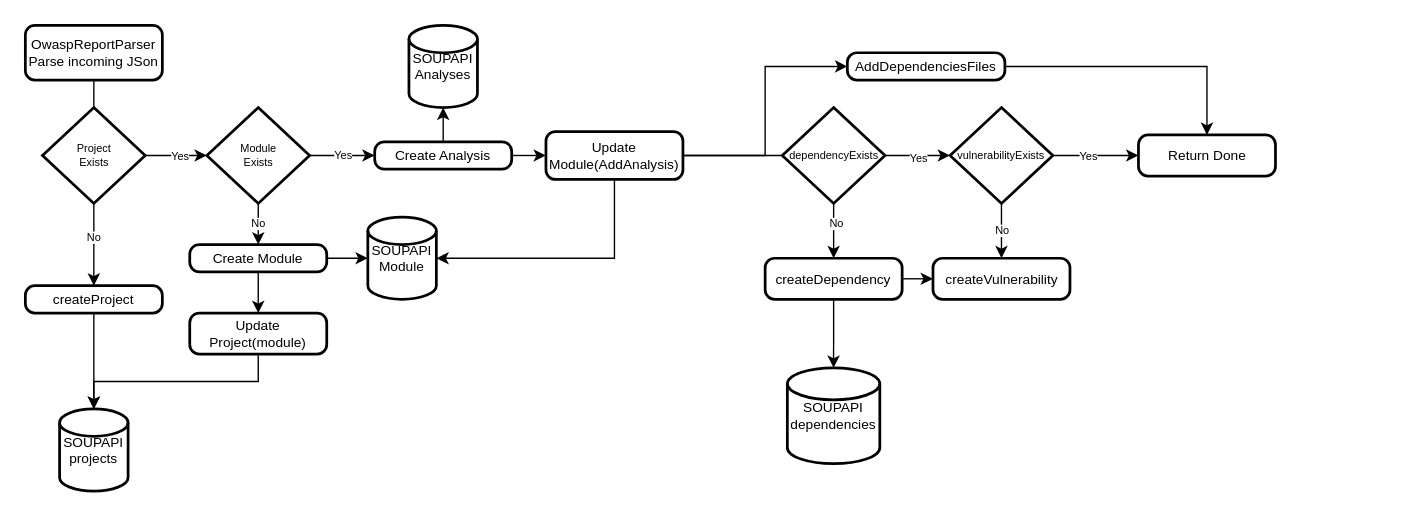
This is page "ReportParseFlow" (7 of 8) of gfx/SOUPAPI.drawio from codefink2020/AfstudeerVerslagFINAL, a draw.io file, before an edit. Source tidied: cells renumbered, new cells numbered last; positions are measured from the earlier drawing's top-left corner, leaving out a move shared by most shapes. Both pictures are drawn from the tidied source at 137%, with x=0, y=0 at pixel (25, 25).
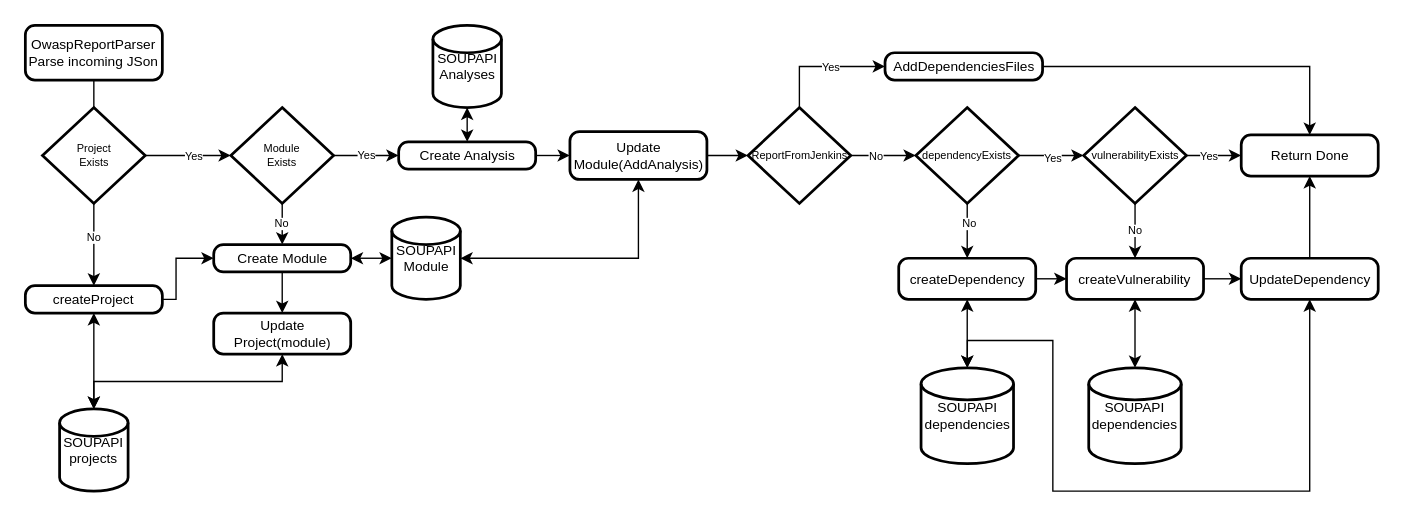
Above is the later version.

Unchanged cells that the change refers to:
```xml
<mxCell id="19" value="&lt;font style=&quot;font-size: 10px&quot;&gt;createProject&lt;br&gt;&lt;/font&gt;" style="rounded=1;whiteSpace=wrap;html=1;absoluteArcSize=1;arcSize=14;strokeWidth=2;labelBackgroundColor=none;fontFamily=Helvetica;fontSize=8;fontColor=#000000;" parent="1" vertex="1">
  <mxGeometry y="190" width="100" height="20" as="geometry" />
</mxCell>
<mxCell id="20" value="SOUPAPI&lt;br&gt;projects" style="strokeWidth=2;html=1;shape=mxgraph.flowchart.database;whiteSpace=wrap;labelBackgroundColor=none;fontFamily=Helvetica;fontSize=10;fontColor=#000000;" parent="1" vertex="1">
  <mxGeometry x="25" y="280" width="50" height="60" as="geometry" />
</mxCell>
```

Diff of the diagram source:
```diff
@@
-    <mxCell id="7" style="edgeStyle=orthogonalEdgeStyle;rounded=0;jettySize=auto;html=1;exitX=0.5;exitY=0;exitDx=0;exitDy=0;entryX=0.5;entryY=1;entryDx=0;entryDy=0;entryPerimeter=0;fontSize=8;" parent="1" edge="1" source="9" target="31">
+    <mxCell id="7" style="edgeStyle=orthogonalEdgeStyle;rounded=0;jettySize=auto;html=1;exitX=0.5;exitY=0;exitDx=0;exitDy=0;entryX=0.5;entryY=1;entryDx=0;entryDy=0;entryPerimeter=0;fontSize=8;startArrow=classic;startFill=1;" parent="1" edge="1" source="9" target="31">
       <mxGeometry relative="1" as="geometry" />
     </mxCell>
@@
     <mxCell id="9" value="&lt;font style=&quot;font-size: 10px&quot;&gt;Create Analysis&lt;br&gt;&lt;/font&gt;" style="rounded=1;whiteSpace=wrap;html=1;absoluteArcSize=1;arcSize=14;strokeWidth=2;labelBackgroundColor=none;fontFamily=Helvetica;fontSize=8;fontColor=#000000;" parent="1" vertex="1">
-      <mxGeometry x="255" y="85" width="100" height="20" as="geometry" />
+      <mxGeometry x="272.5" y="85" width="100" height="20" as="geometry" />
     </mxCell>
@@
-    <mxCell id="11" style="edgeStyle=orthogonalEdgeStyle;rounded=0;jettySize=auto;html=1;exitX=0.5;exitY=1;exitDx=0;exitDy=0;entryX=0.5;entryY=0;entryDx=0;entryDy=0;entryPerimeter=0;fontSize=8;startArrow=none;startFill=0;endArrow=classic;endFill=1;" parent="1" edge="1" source="12" target="41">
+    <mxCell id="11" style="edgeStyle=orthogonalEdgeStyle;rounded=0;jettySize=auto;html=1;exitX=0.5;exitY=1;exitDx=0;exitDy=0;entryX=0.5;entryY=0;entryDx=0;entryDy=0;entryPerimeter=0;fontSize=8;startArrow=classic;startFill=1;endArrow=classic;endFill=1;" parent="1" edge="1" source="12" target="41">
       <mxGeometry relative="1" as="geometry" />
     </mxCell>
     <mxCell id="12" value="&lt;font style=&quot;font-size: 10px&quot;&gt;createDependency&lt;br&gt;&lt;/font&gt;" style="rounded=1;whiteSpace=wrap;html=1;absoluteArcSize=1;arcSize=14;strokeWidth=2;labelBackgroundColor=none;fontFamily=Helvetica;fontSize=8;fontColor=#000000;" parent="1" vertex="1">
-      <mxGeometry x="540" y="170" width="100" height="30" as="geometry" />
+      <mxGeometry x="637.5" y="170" width="100" height="30" as="geometry" />
     </mxCell>
@@
-    <mxCell id="18" style="edgeStyle=orthogonalEdgeStyle;rounded=0;jettySize=auto;html=1;exitX=0.5;exitY=1;exitDx=0;exitDy=0;entryX=0.5;entryY=0;entryDx=0;entryDy=0;entryPerimeter=0;fontSize=8;" parent="1" edge="1" source="19" target="20">
+    <mxCell id="18" style="edgeStyle=orthogonalEdgeStyle;rounded=0;jettySize=auto;html=1;exitX=0.5;exitY=1;exitDx=0;exitDy=0;entryX=0.5;entryY=0;entryDx=0;entryDy=0;entryPerimeter=0;fontSize=8;startArrow=classic;startFill=1;" parent="1" edge="1" source="19" target="20">
       <mxGeometry relative="1" as="geometry" />
     </mxCell>
+    <mxCell id="50" style="edgeStyle=orthogonalEdgeStyle;rounded=0;jettySize=auto;html=1;exitX=1;exitY=0.5;exitDx=0;exitDy=0;entryX=0;entryY=0.5;entryDx=0;entryDy=0;fontSize=8;startArrow=none;startFill=0;endArrow=classic;endFill=1;" parent="1" edge="1" source="19" target="27">
+      <mxGeometry relative="1" as="geometry">
+        <Array as="points">
+          <mxPoint x="110" y="200" />
+          <mxPoint x="110" y="170" />
+        </Array>
+      </mxGeometry>
+    </mxCell>
@@
-    <mxCell id="21" style="edgeStyle=orthogonalEdgeStyle;rounded=0;jettySize=auto;html=1;exitX=0.5;exitY=1;exitDx=0;exitDy=0;exitPerimeter=0;entryX=0.5;entryY=0;entryDx=0;entryDy=0;fontSize=8;" parent="1" edge="1" source="24" target="27">
+    <mxCell id="21" style="edgeStyle=orthogonalEdgeStyle;rounded=0;jettySize=auto;html=1;exitX=0.5;exitY=1;exitDx=0;exitDy=0;exitPerimeter=0;fontSize=8;entryX=0.5;entryY=0;entryDx=0;entryDy=0;" parent="1" edge="1" source="24" target="27">
       <mxGeometry relative="1" as="geometry" />
     </mxCell>
@@
     <mxCell id="24" value="Module&lt;br&gt;Exists" style="strokeWidth=2;html=1;shape=mxgraph.flowchart.decision;whiteSpace=wrap;fontSize=8;" parent="1" vertex="1">
-      <mxGeometry x="132.5" y="60" width="75" height="70" as="geometry" />
+      <mxGeometry x="150" y="60" width="75" height="70" as="geometry" />
     </mxCell>
-    <mxCell id="25" style="edgeStyle=orthogonalEdgeStyle;rounded=0;jettySize=auto;html=1;exitX=0.5;exitY=1;exitDx=0;exitDy=0;entryX=0.5;entryY=0;entryDx=0;entryDy=0;fontSize=8;" parent="1" edge="1" source="27" target="29">
+    <mxCell id="25" style="edgeStyle=orthogonalEdgeStyle;rounded=0;jettySize=auto;html=1;fontSize=8;exitX=0.5;exitY=1;exitDx=0;exitDy=0;entryX=0.5;entryY=0;entryDx=0;entryDy=0;" parent="1" edge="1" source="27" target="29">
       <mxGeometry relative="1" as="geometry" />
     </mxCell>
-    <mxCell id="26" style="edgeStyle=orthogonalEdgeStyle;rounded=0;jettySize=auto;html=1;exitX=1;exitY=0.5;exitDx=0;exitDy=0;entryX=0;entryY=0.5;entryDx=0;entryDy=0;entryPerimeter=0;fontSize=8;" parent="1" edge="1" source="27" target="30">
+    <mxCell id="26" style="edgeStyle=orthogonalEdgeStyle;rounded=0;jettySize=auto;html=1;entryX=0;entryY=0.5;entryDx=0;entryDy=0;entryPerimeter=0;fontSize=8;exitX=1;exitY=0.5;exitDx=0;exitDy=0;startArrow=classic;startFill=1;" parent="1" edge="1" source="27" target="30">
       <mxGeometry relative="1" as="geometry" />
     </mxCell>
     <mxCell id="27" value="&lt;font style=&quot;font-size: 10px&quot;&gt;Create Module&lt;br&gt;&lt;/font&gt;" style="rounded=1;whiteSpace=wrap;html=1;absoluteArcSize=1;arcSize=14;strokeWidth=2;labelBackgroundColor=none;fontFamily=Helvetica;fontSize=8;fontColor=#000000;" parent="1" vertex="1">
-      <mxGeometry x="120" y="160" width="100" height="20" as="geometry" />
+      <mxGeometry x="137.5" y="160" width="100" height="20" as="geometry" />
     </mxCell>
-    <mxCell id="28" style="edgeStyle=orthogonalEdgeStyle;rounded=0;jettySize=auto;html=1;exitX=0.5;exitY=1;exitDx=0;exitDy=0;entryX=0.5;entryY=0;entryDx=0;entryDy=0;entryPerimeter=0;fontSize=8;" parent="1" edge="1" source="29" target="20">
+    <mxCell id="28" style="edgeStyle=orthogonalEdgeStyle;rounded=0;jettySize=auto;html=1;exitX=0.5;exitY=1;exitDx=0;exitDy=0;entryX=0.5;entryY=0;entryDx=0;entryDy=0;entryPerimeter=0;fontSize=8;startArrow=classic;startFill=1;" parent="1" edge="1" source="29" target="20">
       <mxGeometry relative="1" as="geometry" />
     </mxCell>
     <mxCell id="29" value="&lt;font style=&quot;font-size: 10px&quot;&gt;Update Project(module)&lt;br&gt;&lt;/font&gt;" style="rounded=1;whiteSpace=wrap;html=1;absoluteArcSize=1;arcSize=14;strokeWidth=2;labelBackgroundColor=none;fontFamily=Helvetica;fontSize=8;fontColor=#000000;" parent="1" vertex="1">
-      <mxGeometry x="120" y="210" width="100" height="30" as="geometry" />
+      <mxGeometry x="137.5" y="210" width="100" height="30" as="geometry" />
     </mxCell>
     <mxCell id="30" value="SOUPAPI&lt;br&gt;Module" style="strokeWidth=2;html=1;shape=mxgraph.flowchart.database;whiteSpace=wrap;labelBackgroundColor=none;fontFamily=Helvetica;fontSize=10;fontColor=#000000;" parent="1" vertex="1">
-      <mxGeometry x="250" y="140" width="50" height="60" as="geometry" />
+      <mxGeometry x="267.5" y="140" width="50" height="60" as="geometry" />
     </mxCell>
     <mxCell id="31" value="SOUPAPI&lt;br&gt;Analyses" style="strokeWidth=2;html=1;shape=mxgraph.flowchart.database;whiteSpace=wrap;labelBackgroundColor=none;fontFamily=Helvetica;fontSize=10;fontColor=#000000;" parent="1" vertex="1">
-      <mxGeometry x="280" width="50" height="60" as="geometry" />
+      <mxGeometry x="297.5" width="50" height="60" as="geometry" />
     </mxCell>
-    <mxCell id="32" style="edgeStyle=orthogonalEdgeStyle;rounded=0;jettySize=auto;html=1;exitX=0.5;exitY=1;exitDx=0;exitDy=0;entryX=1;entryY=0.5;entryDx=0;entryDy=0;entryPerimeter=0;fontSize=8;" parent="1" edge="1" source="35" target="30">
+    <mxCell id="32" style="edgeStyle=orthogonalEdgeStyle;rounded=0;jettySize=auto;html=1;exitX=0.5;exitY=1;exitDx=0;exitDy=0;entryX=1;entryY=0.5;entryDx=0;entryDy=0;entryPerimeter=0;fontSize=8;startArrow=classic;startFill=1;" parent="1" edge="1" source="35" target="30">
       <mxGeometry relative="1" as="geometry">
         <Array as="points">
-          <mxPoint x="430" y="170" />
+          <mxPoint x="447.5" y="170" />
         </Array>
       </mxGeometry>
     </mxCell>
     <mxCell id="33" style="edgeStyle=orthogonalEdgeStyle;rounded=0;jettySize=auto;html=1;exitX=1;exitY=0.5;exitDx=0;exitDy=0;entryX=0.5;entryY=0;entryDx=0;entryDy=0;fontSize=8;startArrow=none;startFill=0;endArrow=classic;endFill=1;" parent="1" edge="1" source="48" target="47">
       <mxGeometry relative="1" as="geometry">
         <Array as="points">
-          <mxPoint x="863" y="30" />
+          <mxPoint x="937.5" y="30" />
         </Array>
       </mxGeometry>
     </mxCell>
-    <mxCell id="34" style="edgeStyle=orthogonalEdgeStyle;rounded=0;jettySize=auto;html=1;exitX=1;exitY=0.5;exitDx=0;exitDy=0;entryX=0;entryY=0.5;entryDx=0;entryDy=0;fontSize=8;startArrow=none;startFill=0;endArrow=classic;endFill=1;" parent="1" edge="1" source="35" target="48">
+    <mxCell id="34" style="edgeStyle=orthogonalEdgeStyle;rounded=0;jettySize=auto;html=1;entryX=0;entryY=0.5;entryDx=0;entryDy=0;fontSize=8;startArrow=none;startFill=0;endArrow=classic;endFill=1;exitX=0.5;exitY=0;exitDx=0;exitDy=0;exitPerimeter=0;" parent="1" edge="1" source="55" target="48">
       <mxGeometry relative="1" as="geometry" />
     </mxCell>
+    <mxCell id="51" value="Yes" style="edgeLabel;html=1;align=center;verticalAlign=middle;fontSize=8;" parent="34" vertex="1">
+      <mxGeometry x="0.13" relative="1" as="geometry" />
+    </mxCell>
+    <mxCell id="52" style="edgeStyle=orthogonalEdgeStyle;rounded=0;jettySize=auto;html=1;exitX=1;exitY=0.5;exitDx=0;exitDy=0;entryX=0;entryY=0.5;entryDx=0;entryDy=0;entryPerimeter=0;fontSize=8;startArrow=none;startFill=0;endArrow=classic;endFill=1;" parent="1" edge="1" source="35" target="55">
+      <mxGeometry relative="1" as="geometry" />
+    </mxCell>
     <mxCell id="35" value="&lt;font style=&quot;font-size: 10px&quot;&gt;Update Module(AddAnalysis)&lt;br&gt;&lt;/font&gt;" style="rounded=1;whiteSpace=wrap;html=1;absoluteArcSize=1;arcSize=14;strokeWidth=2;labelBackgroundColor=none;fontFamily=Helvetica;fontSize=8;fontColor=#000000;" parent="1" vertex="1">
-      <mxGeometry x="380" y="77.5" width="100" height="35" as="geometry" />
+      <mxGeometry x="397.5" y="77.5" width="100" height="35" as="geometry" />
     </mxCell>
@@
     <mxCell id="40" value="dependencyExists" style="strokeWidth=2;html=1;shape=mxgraph.flowchart.decision;whiteSpace=wrap;fontSize=8;" parent="1" vertex="1">
-      <mxGeometry x="552.5" y="60" width="75" height="70" as="geometry" />
+      <mxGeometry x="650" y="60" width="75" height="70" as="geometry" />
     </mxCell>
     <mxCell id="41" value="SOUPAPI&lt;br&gt;dependencies" style="strokeWidth=2;html=1;shape=mxgraph.flowchart.database;whiteSpace=wrap;labelBackgroundColor=none;fontFamily=Helvetica;fontSize=10;fontColor=#000000;" parent="1" vertex="1">
-      <mxGeometry x="556.2" y="250" width="67.5" height="70" as="geometry" />
+      <mxGeometry x="653.8" y="250" width="67.5" height="70" as="geometry" />
     </mxCell>
@@
     <mxCell id="45" value="vulnerabilityExists" style="strokeWidth=2;html=1;shape=mxgraph.flowchart.decision;whiteSpace=wrap;fontSize=8;" parent="1" vertex="1">
-      <mxGeometry x="675" y="60" width="75" height="70" as="geometry" />
+      <mxGeometry x="772.5" y="60" width="75" height="70" as="geometry" />
     </mxCell>
+    <mxCell id="53" style="edgeStyle=orthogonalEdgeStyle;rounded=0;jettySize=auto;html=1;exitX=1;exitY=0.5;exitDx=0;exitDy=0;entryX=0;entryY=0.5;entryDx=0;entryDy=0;fontSize=8;startArrow=none;startFill=0;endArrow=classic;endFill=1;" parent="1" edge="1" source="46" target="60">
+      <mxGeometry relative="1" as="geometry" />
+    </mxCell>
     <mxCell id="46" value="&lt;font style=&quot;font-size: 10px&quot;&gt;createVulnerability&lt;br&gt;&lt;/font&gt;" style="rounded=1;whiteSpace=wrap;html=1;absoluteArcSize=1;arcSize=14;strokeWidth=2;labelBackgroundColor=none;fontFamily=Helvetica;fontSize=8;fontColor=#000000;" parent="1" vertex="1">
-      <mxGeometry x="662.5" y="170" width="100" height="30" as="geometry" />
+      <mxGeometry x="760" y="170" width="100" height="30" as="geometry" />
     </mxCell>
     <mxCell id="47" value="&lt;font style=&quot;font-size: 10px&quot;&gt;Return Done&lt;br&gt;&lt;/font&gt;" style="rounded=1;whiteSpace=wrap;html=1;absoluteArcSize=1;arcSize=14;strokeWidth=2;labelBackgroundColor=none;fontFamily=Helvetica;fontSize=8;fontColor=#000000;" parent="1" vertex="1">
-      <mxGeometry x="812.5" y="80" width="100" height="30" as="geometry" />
+      <mxGeometry x="887.5" y="80" width="100" height="30" as="geometry" />
     </mxCell>
     <mxCell id="48" value="&lt;font style=&quot;font-size: 10px&quot;&gt;AddDependenciesFiles&lt;br&gt;&lt;/font&gt;" style="rounded=1;whiteSpace=wrap;html=1;absoluteArcSize=1;arcSize=14;strokeWidth=2;labelBackgroundColor=none;fontFamily=Helvetica;fontSize=8;fontColor=#000000;" parent="1" vertex="1">
-      <mxGeometry x="600" y="20" width="115" height="20" as="geometry" />
+      <mxGeometry x="627.5" y="20" width="115" height="20" as="geometry" />
     </mxCell>
-    <mxCell id="49" style="edgeStyle=orthogonalEdgeStyle;rounded=0;jettySize=auto;html=1;entryX=0;entryY=0.5;entryDx=0;entryDy=0;entryPerimeter=0;fontSize=8;startArrow=none;startFill=0;endArrow=none;endFill=1;exitX=1;exitY=0.5;exitDx=0;exitDy=0;" parent="1" edge="1" source="35" target="40">
+    <mxCell id="49" style="edgeStyle=orthogonalEdgeStyle;rounded=0;jettySize=auto;html=1;entryX=0;entryY=0.5;entryDx=0;entryDy=0;entryPerimeter=0;fontSize=8;startArrow=none;startFill=0;endArrow=classic;endFill=1;exitX=1;exitY=0.5;exitDx=0;exitDy=0;exitPerimeter=0;" parent="1" edge="1" source="55" target="40">
       <mxGeometry relative="1" as="geometry" />
     </mxCell>
+    <mxCell id="54" value="No" style="edgeLabel;html=1;align=center;verticalAlign=middle;fontSize=8;" parent="49" vertex="1">
+      <mxGeometry x="-0.23" relative="1" as="geometry" />
+    </mxCell>
+    <mxCell id="55" value="ReportFromJenkins" style="strokeWidth=2;html=1;shape=mxgraph.flowchart.decision;whiteSpace=wrap;fontSize=8;" parent="1" vertex="1">
+      <mxGeometry x="527.5" y="60" width="75" height="70" as="geometry" />
+    </mxCell>
+    <mxCell id="56" style="edgeStyle=orthogonalEdgeStyle;rounded=0;jettySize=auto;html=1;exitX=0.5;exitY=0;exitDx=0;exitDy=0;exitPerimeter=0;entryX=0.5;entryY=1;entryDx=0;entryDy=0;fontSize=8;startArrow=classic;startFill=1;endArrow=classic;endFill=1;" parent="1" edge="1" source="57" target="46">
+      <mxGeometry relative="1" as="geometry" />
+    </mxCell>
+    <mxCell id="57" value="SOUPAPI&lt;br&gt;dependencies" style="strokeWidth=2;html=1;shape=mxgraph.flowchart.database;whiteSpace=wrap;labelBackgroundColor=none;fontFamily=Helvetica;fontSize=10;fontColor=#000000;" parent="1" vertex="1">
+      <mxGeometry x="776.2" y="250" width="67.5" height="70" as="geometry" />
+    </mxCell>
+    <mxCell id="58" style="edgeStyle=orthogonalEdgeStyle;rounded=0;jettySize=auto;html=1;exitX=0.5;exitY=0;exitDx=0;exitDy=0;entryX=0.5;entryY=1;entryDx=0;entryDy=0;fontSize=8;startArrow=none;startFill=0;endArrow=classic;endFill=1;" parent="1" edge="1" source="60" target="47">
+      <mxGeometry relative="1" as="geometry" />
+    </mxCell>
+    <mxCell id="59" style="edgeStyle=orthogonalEdgeStyle;rounded=0;jettySize=auto;html=1;exitX=0.5;exitY=1;exitDx=0;exitDy=0;entryX=0.5;entryY=0;entryDx=0;entryDy=0;entryPerimeter=0;fontSize=8;startArrow=classic;startFill=1;endArrow=classic;endFill=1;" parent="1" edge="1" source="60" target="41">
+      <mxGeometry relative="1" as="geometry">
+        <Array as="points">
+          <mxPoint x="938" y="340" />
+          <mxPoint x="750" y="340" />
+          <mxPoint x="750" y="230" />
+          <mxPoint x="688" y="230" />
+        </Array>
+      </mxGeometry>
+    </mxCell>
+    <mxCell id="60" value="&lt;font style=&quot;font-size: 10px&quot;&gt;UpdateDependency&lt;br&gt;&lt;/font&gt;" style="rounded=1;whiteSpace=wrap;html=1;absoluteArcSize=1;arcSize=14;strokeWidth=2;labelBackgroundColor=none;fontFamily=Helvetica;fontSize=8;fontColor=#000000;" parent="1" vertex="1">
+      <mxGeometry x="887.5" y="170" width="100" height="30" as="geometry" />
+    </mxCell>
```
